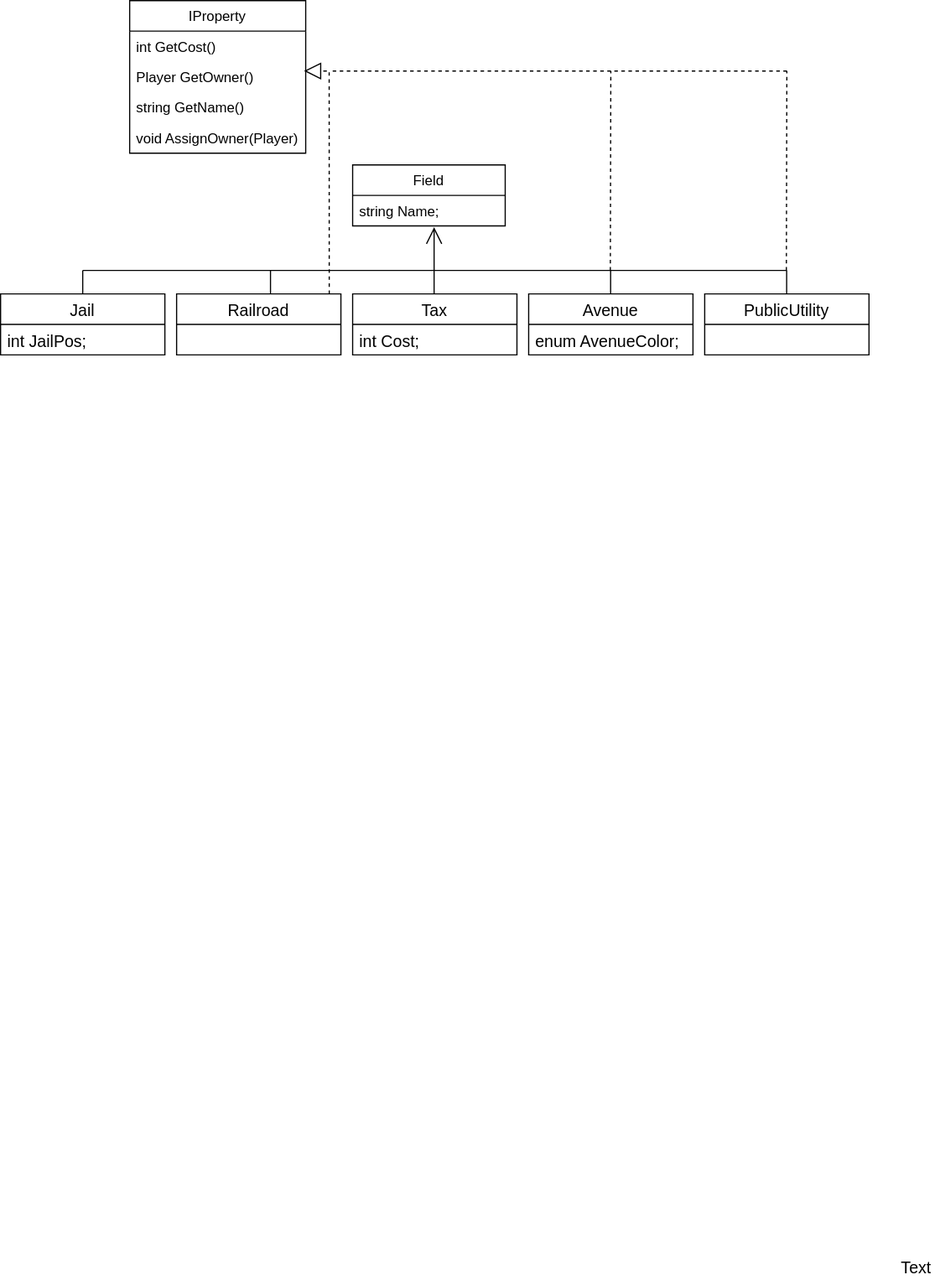
Above: Monopoly/ClassDiagram.svg in rnretina/Monopoly (draw.io), before the change. Source tidied: cells renumbered, new cells last; positions are measured from the earlier drawing's top-left corner, leaving out a move shared by most shapes.
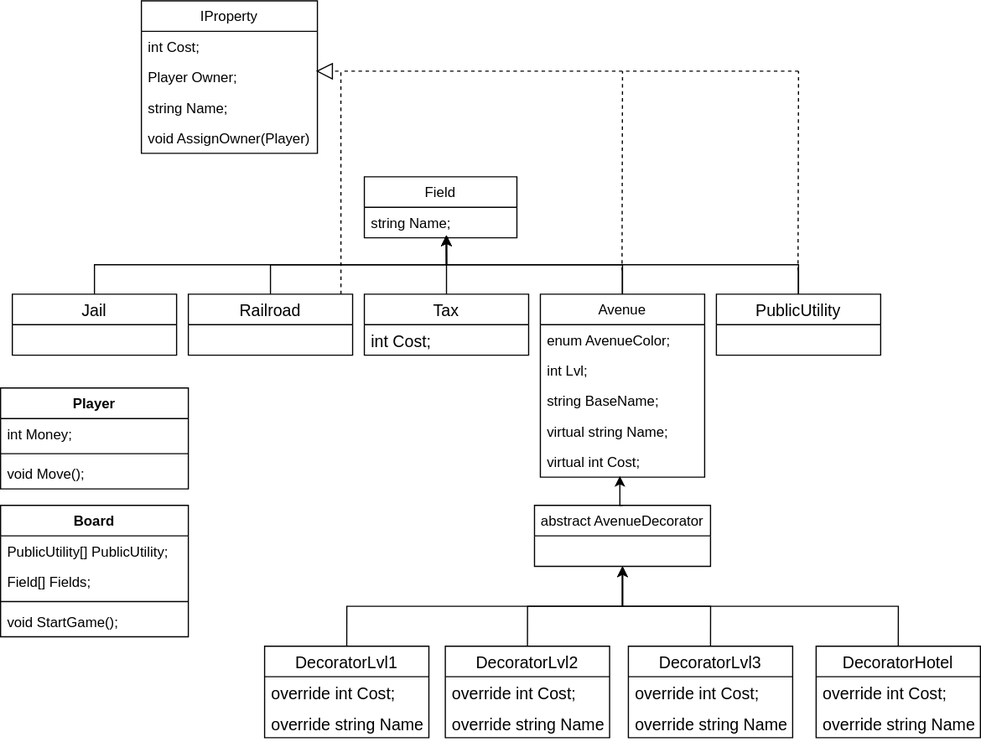
Later version of the same file.

Commit message:
refactor accessors, finished class diagram

The edit, as a diff of the source:
```diff
@@ -3,7 +3,7 @@
     <mxCell id="0" />
     <mxCell id="1" parent="0" />
     <mxCell id="2" value="Field" style="swimlane;fontStyle=0;horizontal=1;startSize=26;fillColor=none;" parent="1" vertex="1">
-      <mxGeometry x="300" y="140" width="130" height="52" as="geometry" />
+      <mxGeometry x="300" y="150" width="130" height="52" as="geometry" />
     </mxCell>
     <mxCell id="3" value="string Name;" style="text;strokeColor=none;fillColor=none;align=left;verticalAlign=top;spacingLeft=4;spacingRight=4;overflow=hidden;points=[[0,0.5],[1,0.5]];portConstraint=eastwest;" parent="2" vertex="1">
       <mxGeometry y="26" width="130" height="26" as="geometry" />
@@ -11,59 +11,53 @@
     <mxCell id="4" value="IProperty" style="swimlane;fontStyle=0;horizontal=1;startSize=26;fillColor=none;" parent="1" vertex="1">
       <mxGeometry x="110" width="150" height="130" as="geometry" />
     </mxCell>
-    <mxCell id="5" value="int GetCost()" style="text;strokeColor=none;fillColor=none;align=left;verticalAlign=top;spacingLeft=4;spacingRight=4;overflow=hidden;" parent="4" vertex="1">
+    <mxCell id="5" value="int Cost;" style="text;strokeColor=none;fillColor=none;align=left;verticalAlign=top;spacingLeft=4;spacingRight=4;overflow=hidden;" parent="4" vertex="1">
       <mxGeometry y="26" width="150" height="26" as="geometry" />
     </mxCell>
-    <mxCell id="6" value="Player GetOwner()" style="text;strokeColor=none;fillColor=none;align=left;verticalAlign=top;spacingLeft=4;spacingRight=4;overflow=hidden;points=[[0,0.5],[1,0.5]];portConstraint=eastwest;" parent="4" vertex="1">
+    <mxCell id="6" value="Player Owner;" style="text;strokeColor=none;fillColor=none;align=left;verticalAlign=top;spacingLeft=4;spacingRight=4;overflow=hidden;points=[[0,0.5],[1,0.5]];portConstraint=eastwest;" parent="4" vertex="1">
       <mxGeometry y="52" width="150" height="26" as="geometry" />
     </mxCell>
-    <mxCell id="7" value="string GetName()&#10;" style="text;strokeColor=none;fillColor=none;align=left;verticalAlign=top;spacingLeft=4;spacingRight=4;overflow=hidden;" parent="4" vertex="1">
+    <mxCell id="7" value="string Name;" style="text;strokeColor=none;fillColor=none;align=left;verticalAlign=top;spacingLeft=4;spacingRight=4;overflow=hidden;" parent="4" vertex="1">
       <mxGeometry y="78" width="150" height="26" as="geometry" />
     </mxCell>
     <mxCell id="8" value="void AssignOwner(Player)" style="text;strokeColor=none;fillColor=none;align=left;verticalAlign=top;spacingLeft=4;spacingRight=4;overflow=hidden;" parent="4" vertex="1">
       <mxGeometry y="104" width="150" height="26" as="geometry" />
     </mxCell>
+    <mxCell id="28" style="edgeStyle=orthogonalEdgeStyle;rounded=0;jettySize=auto;html=1;exitX=0.5;exitY=0;exitDx=0;exitDy=0;" parent="1" edge="1" source="9">
+      <mxGeometry relative="1" as="geometry">
+        <mxPoint x="370" y="200" as="targetPoint" />
+      </mxGeometry>
+    </mxCell>
     <mxCell id="9" value="Railroad" style="swimlane;fontStyle=0;horizontal=1;startSize=26;fillColor=none;fontSize=14;" parent="1" vertex="1">
       <mxGeometry x="150" y="250" width="140" height="52" as="geometry" />
     </mxCell>
+    <mxCell id="29" style="edgeStyle=orthogonalEdgeStyle;rounded=0;jettySize=auto;html=1;exitX=0.5;exitY=0;exitDx=0;exitDy=0;" parent="1" edge="1" source="10">
+      <mxGeometry relative="1" as="geometry">
+        <mxPoint x="370" y="200" as="targetPoint" />
+      </mxGeometry>
+    </mxCell>
     <mxCell id="10" value="PublicUtility" style="swimlane;fontStyle=0;horizontal=1;startSize=26;fillColor=none;fontSize=14;" parent="1" vertex="1">
       <mxGeometry x="600" y="250" width="140" height="52" as="geometry" />
     </mxCell>
-    <mxCell id="11" value="Avenue" style="swimlane;fontStyle=0;horizontal=1;startSize=26;fillColor=none;fontSize=14;" parent="1" vertex="1">
-      <mxGeometry x="450" y="250" width="140" height="52" as="geometry" />
-    </mxCell>
-    <mxCell id="12" value="enum AvenueColor;" style="text;strokeColor=none;fillColor=none;align=left;verticalAlign=top;spacingLeft=4;spacingRight=4;overflow=hidden;fontSize=14;" parent="11" vertex="1">
-      <mxGeometry y="26" width="140" height="26" as="geometry" />
-    </mxCell>
+    <mxCell id="30" style="edgeStyle=orthogonalEdgeStyle;rounded=0;jettySize=auto;html=1;exitX=0.5;exitY=0;exitDx=0;exitDy=0;" parent="1" edge="1" source="13">
+      <mxGeometry relative="1" as="geometry">
+        <mxPoint x="370" y="200" as="targetPoint" />
+      </mxGeometry>
+    </mxCell>
     <mxCell id="13" value="Jail" style="swimlane;fontStyle=0;horizontal=1;startSize=26;fillColor=none;fontSize=14;" parent="1" vertex="1">
       <mxGeometry y="250" width="140" height="52" as="geometry" />
     </mxCell>
-    <mxCell id="14" value="int JailPos;" style="text;strokeColor=none;fillColor=none;align=left;verticalAlign=top;spacingLeft=4;spacingRight=4;overflow=hidden;fontSize=14;" parent="13" vertex="1">
-      <mxGeometry y="26" width="140" height="26" as="geometry" />
-    </mxCell>
+    <mxCell id="31" style="edgeStyle=orthogonalEdgeStyle;rounded=0;jettySize=auto;html=1;exitX=0.5;exitY=0;exitDx=0;exitDy=0;" parent="1" edge="1" source="15">
+      <mxGeometry relative="1" as="geometry">
+        <mxPoint x="369.7" y="200" as="targetPoint" />
+      </mxGeometry>
+    </mxCell>
     <mxCell id="15" value="Tax" style="swimlane;fontStyle=0;horizontal=1;startSize=26;fillColor=none;fontSize=14;" parent="1" vertex="1">
       <mxGeometry x="300" y="250" width="140" height="52" as="geometry" />
     </mxCell>
     <mxCell id="16" value="int Cost;" style="text;strokeColor=none;fillColor=none;align=left;verticalAlign=top;spacingLeft=4;spacingRight=4;overflow=hidden;fontSize=14;" parent="15" vertex="1">
       <mxGeometry y="26" width="140" height="26" as="geometry" />
     </mxCell>
-    <mxCell id="17" style="endArrow=none;html=1;edgeStyle=orthogonalEdgeStyle;rounded=0;fontSize=14;" parent="1" edge="1">
-      <mxGeometry relative="1" as="geometry">
-        <mxPoint x="70" y="230" as="sourcePoint" />
-        <mxPoint x="670" y="230" as="targetPoint" />
-      </mxGeometry>
-    </mxCell>
-    <mxCell id="18" style="endArrow=none;html=1;rounded=0;fontSize=14;exitX=0.5;exitY=0;exitDx=0;exitDy=0;" parent="1" edge="1" source="13">
-      <mxGeometry relative="1" as="geometry">
-        <mxPoint x="70" y="230" as="targetPoint" />
-      </mxGeometry>
-    </mxCell>
-    <mxCell id="19" style="endArrow=none;html=1;rounded=0;fontSize=14;exitX=0.5;exitY=0;exitDx=0;exitDy=0;" parent="1" edge="1">
-      <mxGeometry relative="1" as="geometry">
-        <mxPoint x="230" y="250" as="sourcePoint" />
-        <mxPoint x="230" y="230" as="targetPoint" />
-      </mxGeometry>
-    </mxCell>
     <mxCell id="20" style="endArrow=none;html=1;rounded=0;fontSize=14;exitX=0.5;exitY=0;exitDx=0;exitDy=0;" parent="1" edge="1">
       <mxGeometry relative="1" as="geometry">
         <mxPoint x="519.8" y="250" as="sourcePoint" />
@@ -89,11 +83,6 @@
         <mxPoint x="520" y="60" as="targetPoint" />
       </mxGeometry>
     </mxCell>
-    <mxCell id="24" style="endArrow=open;endFill=1;endSize=12;html=1;rounded=0;fontSize=14;entryX=0.534;entryY=1.045;entryDx=0;entryDy=0;entryPerimeter=0;" parent="1" edge="1" target="3">
-      <mxGeometry relative="1" as="geometry">
-        <mxPoint x="369.4" y="250" as="sourcePoint" />
-      </mxGeometry>
-    </mxCell>
     <mxCell id="25" style="endArrow=none;dashed=1;html=1;rounded=0;fontSize=14;" parent="1" edge="1">
       <mxGeometry relative="1" as="geometry">
         <mxPoint x="669.6" y="230" as="sourcePoint" />
@@ -106,8 +95,109 @@
         <mxPoint x="280" y="60" as="targetPoint" />
       </mxGeometry>
     </mxCell>
-    <mxCell id="27" value="Text" style="text;html=1;align=center;verticalAlign=middle;strokeColor=none;fillColor=none;fontSize=14;" parent="1" vertex="1">
-      <mxGeometry x="760" y="1070" width="40" height="20" as="geometry" />
-    </mxCell>
+    <mxCell id="32" style="edgeStyle=orthogonalEdgeStyle;rounded=0;jettySize=auto;html=1;exitX=0.5;exitY=0;exitDx=0;exitDy=0;entryX=0.484;entryY=0.964;entryDx=0;entryDy=0;entryPerimeter=0;" parent="1" edge="1" source="33" target="38">
+      <mxGeometry relative="1" as="geometry" />
+    </mxCell>
+    <mxCell id="33" value="abstract AvenueDecorator" style="swimlane;fontStyle=0;horizontal=1;startSize=26;fillColor=none;" parent="1" vertex="1">
+      <mxGeometry x="445" y="430" width="150" height="52" as="geometry" />
+    </mxCell>
+    <mxCell id="34" style="edgeStyle=orthogonalEdgeStyle;rounded=0;jettySize=auto;html=1;exitX=0.5;exitY=0;exitDx=0;exitDy=0;" parent="1" edge="1" source="11">
+      <mxGeometry relative="1" as="geometry">
+        <mxPoint x="370" y="200" as="targetPoint" />
+      </mxGeometry>
+    </mxCell>
+    <mxCell id="11" value="Avenue" style="swimlane;fontStyle=0;horizontal=1;startSize=26;fillColor=none;" parent="1" vertex="1">
+      <mxGeometry x="450" y="250" width="140" height="156" as="geometry" />
+    </mxCell>
+    <mxCell id="12" value="enum AvenueColor;" style="text;strokeColor=none;fillColor=none;align=left;verticalAlign=top;spacingLeft=4;spacingRight=4;overflow=hidden;" parent="11" vertex="1">
+      <mxGeometry y="26" width="140" height="26" as="geometry" />
+    </mxCell>
+    <mxCell id="35" value="int Lvl;" style="text;strokeColor=none;fillColor=none;align=left;verticalAlign=top;spacingLeft=4;spacingRight=4;overflow=hidden;" parent="11" vertex="1">
+      <mxGeometry y="52" width="140" height="26" as="geometry" />
+    </mxCell>
+    <mxCell id="36" value="string BaseName;" style="text;strokeColor=none;fillColor=none;align=left;verticalAlign=top;spacingLeft=4;spacingRight=4;overflow=hidden;" parent="11" vertex="1">
+      <mxGeometry y="78" width="140" height="26" as="geometry" />
+    </mxCell>
+    <mxCell id="37" value="virtual string Name;" style="text;strokeColor=none;fillColor=none;align=left;verticalAlign=top;spacingLeft=4;spacingRight=4;overflow=hidden;" parent="11" vertex="1">
+      <mxGeometry y="104" width="140" height="26" as="geometry" />
+    </mxCell>
+    <mxCell id="38" value="virtual int Cost;" style="text;strokeColor=none;fillColor=none;align=left;verticalAlign=top;spacingLeft=4;spacingRight=4;overflow=hidden;points=[[0,0.5],[1,0.5]];portConstraint=eastwest;" parent="11" vertex="1">
+      <mxGeometry y="130" width="140" height="26" as="geometry" />
+    </mxCell>
+    <mxCell id="39" style="edgeStyle=orthogonalEdgeStyle;rounded=0;jettySize=auto;html=1;exitX=0.5;exitY=0;exitDx=0;exitDy=0;entryX=0.5;entryY=1;entryDx=0;entryDy=0;" parent="1" edge="1" source="40" target="33">
+      <mxGeometry relative="1" as="geometry" />
+    </mxCell>
+    <mxCell id="40" value="DecoratorLvl1" style="swimlane;fontStyle=0;horizontal=1;startSize=26;fillColor=none;fontSize=14;" parent="1" vertex="1">
+      <mxGeometry x="215" y="550" width="140" height="78" as="geometry" />
+    </mxCell>
+    <mxCell id="41" value="override int Cost;" style="text;strokeColor=none;fillColor=none;align=left;verticalAlign=top;spacingLeft=4;spacingRight=4;overflow=hidden;fontSize=14;" parent="40" vertex="1">
+      <mxGeometry y="26" width="140" height="26" as="geometry" />
+    </mxCell>
+    <mxCell id="42" value="override string Name;" style="text;strokeColor=none;fillColor=none;align=left;verticalAlign=top;spacingLeft=4;spacingRight=4;overflow=hidden;fontSize=14;" parent="40" vertex="1">
+      <mxGeometry y="52" width="140" height="26" as="geometry" />
+    </mxCell>
+    <mxCell id="43" style="edgeStyle=orthogonalEdgeStyle;rounded=0;jettySize=auto;html=1;exitX=0.5;exitY=0;exitDx=0;exitDy=0;entryX=0.5;entryY=1;entryDx=0;entryDy=0;" parent="1" edge="1" source="44" target="33">
+      <mxGeometry relative="1" as="geometry" />
+    </mxCell>
+    <mxCell id="44" value="DecoratorLvl2" style="swimlane;fontStyle=0;horizontal=1;startSize=26;fillColor=none;fontSize=14;" parent="1" vertex="1">
+      <mxGeometry x="369" y="550" width="140" height="78" as="geometry" />
+    </mxCell>
+    <mxCell id="45" value="override int Cost;" style="text;strokeColor=none;fillColor=none;align=left;verticalAlign=top;spacingLeft=4;spacingRight=4;overflow=hidden;fontSize=14;" parent="44" vertex="1">
+      <mxGeometry y="26" width="140" height="26" as="geometry" />
+    </mxCell>
+    <mxCell id="46" value="override string Name;" style="text;strokeColor=none;fillColor=none;align=left;verticalAlign=top;spacingLeft=4;spacingRight=4;overflow=hidden;fontSize=14;" parent="44" vertex="1">
+      <mxGeometry y="52" width="140" height="26" as="geometry" />
+    </mxCell>
+    <mxCell id="47" style="edgeStyle=orthogonalEdgeStyle;rounded=0;jettySize=auto;html=1;exitX=0.5;exitY=0;exitDx=0;exitDy=0;entryX=0.5;entryY=1;entryDx=0;entryDy=0;" parent="1" edge="1" source="48" target="33">
+      <mxGeometry relative="1" as="geometry" />
+    </mxCell>
+    <mxCell id="48" value="DecoratorLvl3" style="swimlane;fontStyle=0;horizontal=1;startSize=26;fillColor=none;fontSize=14;" parent="1" vertex="1">
+      <mxGeometry x="525" y="550" width="140" height="78" as="geometry" />
+    </mxCell>
+    <mxCell id="49" value="override int Cost;" style="text;strokeColor=none;fillColor=none;align=left;verticalAlign=top;spacingLeft=4;spacingRight=4;overflow=hidden;fontSize=14;" parent="48" vertex="1">
+      <mxGeometry y="26" width="140" height="26" as="geometry" />
+    </mxCell>
+    <mxCell id="50" value="override string Name;" style="text;strokeColor=none;fillColor=none;align=left;verticalAlign=top;spacingLeft=4;spacingRight=4;overflow=hidden;fontSize=14;" parent="48" vertex="1">
+      <mxGeometry y="52" width="140" height="26" as="geometry" />
+    </mxCell>
+    <mxCell id="51" style="edgeStyle=orthogonalEdgeStyle;rounded=0;jettySize=auto;html=1;exitX=0.5;exitY=0;exitDx=0;exitDy=0;entryX=0.5;entryY=1;entryDx=0;entryDy=0;" parent="1" edge="1" source="52" target="33">
+      <mxGeometry relative="1" as="geometry" />
+    </mxCell>
+    <mxCell id="52" value="DecoratorHotel" style="swimlane;fontStyle=0;horizontal=1;startSize=26;fillColor=none;fontSize=14;" parent="1" vertex="1">
+      <mxGeometry x="685" y="550" width="140" height="78" as="geometry" />
+    </mxCell>
+    <mxCell id="53" value="override int Cost;" style="text;strokeColor=none;fillColor=none;align=left;verticalAlign=top;spacingLeft=4;spacingRight=4;overflow=hidden;fontSize=14;" parent="52" vertex="1">
+      <mxGeometry y="26" width="140" height="26" as="geometry" />
+    </mxCell>
+    <mxCell id="54" value="override string Name;" style="text;strokeColor=none;fillColor=none;align=left;verticalAlign=top;spacingLeft=4;spacingRight=4;overflow=hidden;fontSize=14;" parent="52" vertex="1">
+      <mxGeometry y="52" width="140" height="26" as="geometry" />
+    </mxCell>
+    <mxCell id="55" value="Player" style="swimlane;fontStyle=1;align=center;verticalAlign=top;horizontal=1;startSize=26;" parent="1" vertex="1">
+      <mxGeometry x="-10" y="330" width="160" height="86" as="geometry" />
+    </mxCell>
+    <mxCell id="56" value="int Money;" style="text;strokeColor=none;fillColor=none;align=left;verticalAlign=top;spacingLeft=4;spacingRight=4;overflow=hidden;" parent="55" vertex="1">
+      <mxGeometry y="26" width="160" height="26" as="geometry" />
+    </mxCell>
+    <mxCell id="57" style="line;strokeWidth=1;fillColor=none;align=left;verticalAlign=middle;spacingTop=-1;spacingLeft=3;spacingRight=3;labelPosition=right;" parent="55" vertex="1">
+      <mxGeometry y="52" width="160" height="8" as="geometry" />
+    </mxCell>
+    <mxCell id="58" value="void Move();" style="text;strokeColor=none;fillColor=none;align=left;verticalAlign=top;spacingLeft=4;spacingRight=4;overflow=hidden;" parent="55" vertex="1">
+      <mxGeometry y="60" width="160" height="26" as="geometry" />
+    </mxCell>
+    <mxCell id="59" value="Board" style="swimlane;fontStyle=1;align=center;verticalAlign=top;horizontal=1;startSize=26;" parent="1" vertex="1">
+      <mxGeometry x="-10" y="430" width="160" height="112" as="geometry" />
+    </mxCell>
+    <mxCell id="60" value="PublicUtility[] PublicUtility;" style="text;strokeColor=none;fillColor=none;align=left;verticalAlign=top;spacingLeft=4;spacingRight=4;overflow=hidden;" parent="59" vertex="1">
+      <mxGeometry y="26" width="160" height="26" as="geometry" />
+    </mxCell>
+    <mxCell id="61" value="Field[] Fields;" style="text;strokeColor=none;fillColor=none;align=left;verticalAlign=top;spacingLeft=4;spacingRight=4;overflow=hidden;" parent="59" vertex="1">
+      <mxGeometry y="52" width="160" height="26" as="geometry" />
+    </mxCell>
+    <mxCell id="62" style="line;strokeWidth=1;fillColor=none;align=left;verticalAlign=middle;spacingTop=-1;spacingLeft=3;spacingRight=3;labelPosition=right;" parent="59" vertex="1">
+      <mxGeometry y="78" width="160" height="8" as="geometry" />
+    </mxCell>
+    <mxCell id="63" value="void StartGame();" style="text;strokeColor=none;fillColor=none;align=left;verticalAlign=top;spacingLeft=4;spacingRight=4;overflow=hidden;" parent="59" vertex="1">
+      <mxGeometry y="86" width="160" height="26" as="geometry" />
+    </mxCell>
   </root>
 </mxGraphModel>
```
